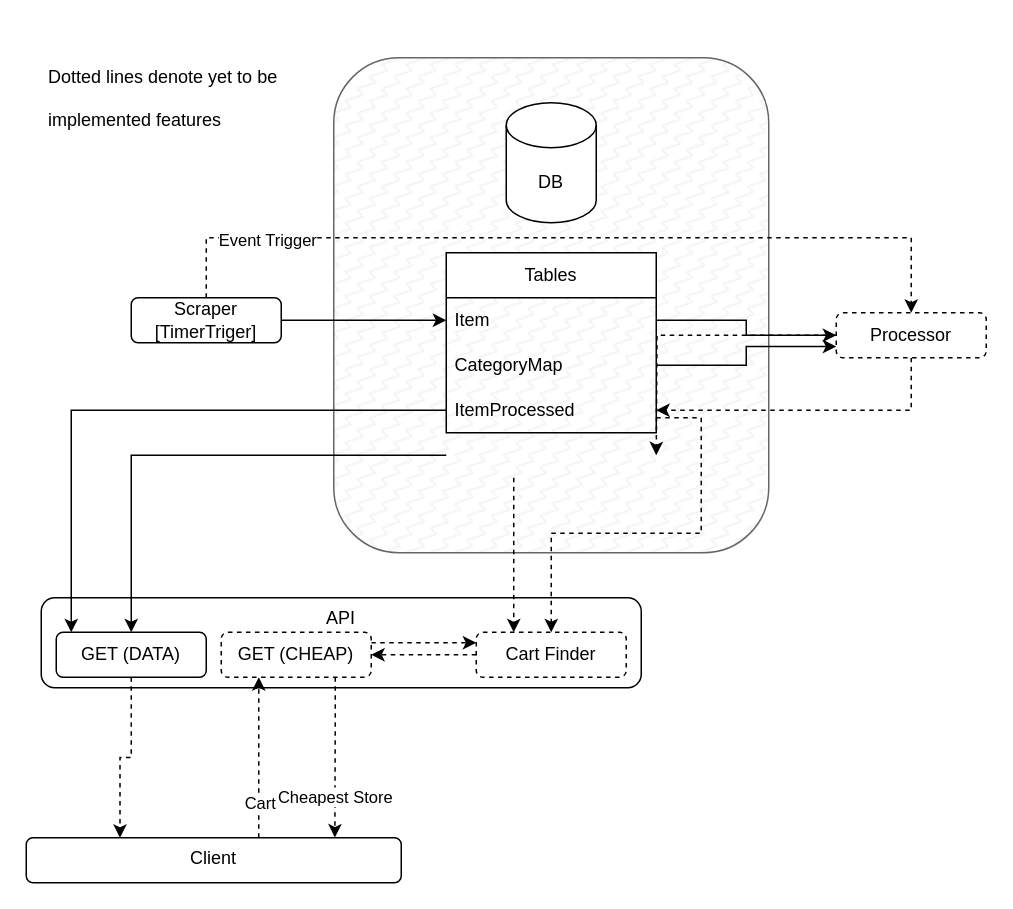
Earlier version of the draw.io diagram Untitled Diagram.drawio (domanteli0/BlazeCart). Source tidied: cells renumbered, new cells numbered last; positions are measured from the earlier drawing's top-left corner, leaving out a move shared by most shapes. Both pictures are drawn from the tidied source at 150%, with x=0, y=0 at pixel (26, 57).
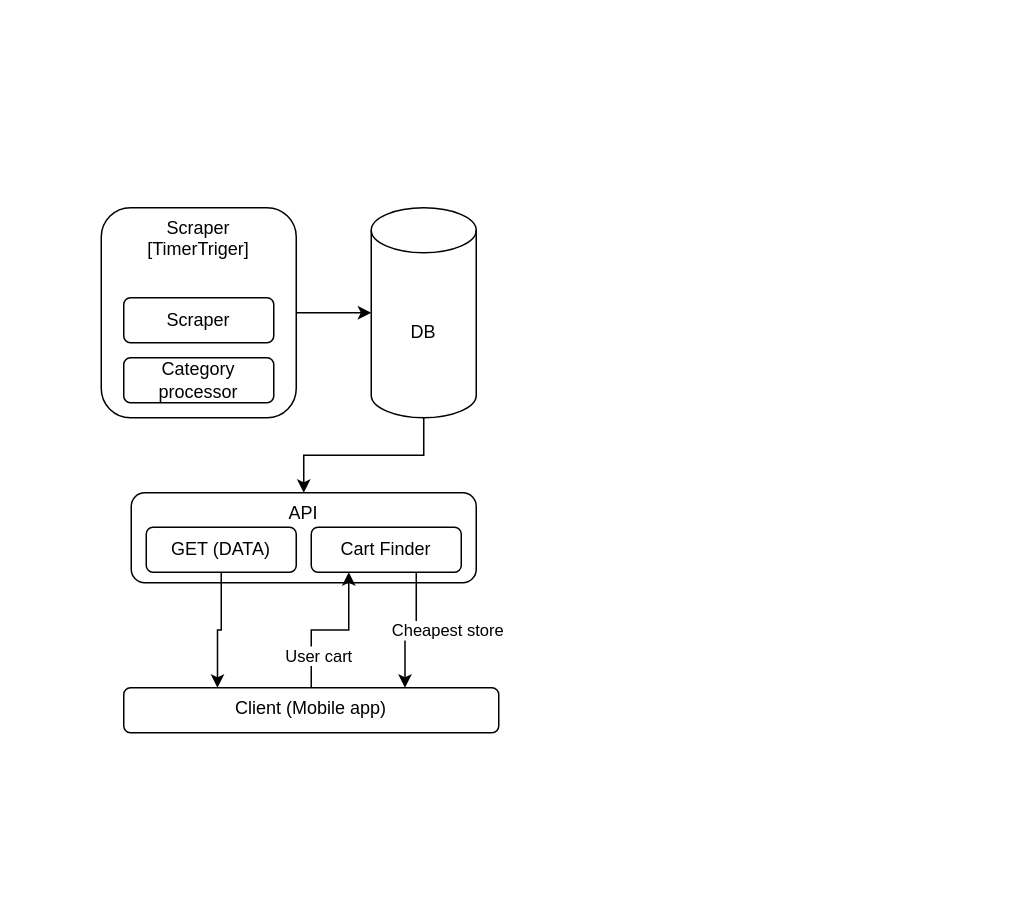
The same page after the edit.

Change to the diagram source:
```diff
@@
     <mxCell id="2" value="API" style="rounded=1;whiteSpace=wrap;html=1;shadow=0;glass=0;sketch=0;fillStyle=zigzag-line;verticalAlign=top;labelPosition=center;verticalLabelPosition=middle;align=center;" parent="1" vertex="1">
-      <mxGeometry x="10" y="360" width="400" height="60" as="geometry" />
+      <mxGeometry x="70" y="290" width="230" height="60" as="geometry" />
     </mxCell>
-    <mxCell id="3" style="rounded=1;whiteSpace=wrap;html=1;glass=0;sketch=0;shadow=0;fillStyle=zigzag-line;fillColor=#f5f5f5;fontColor=#333333;strokeColor=#666666;" parent="1" vertex="1">
-      <mxGeometry x="205" width="290" height="330" as="geometry" />
-    </mxCell>
-    <mxCell id="4" style="edgeStyle=orthogonalEdgeStyle;rounded=0;jettySize=auto;html=1;" parent="1" edge="1" source="7" target="10">
-      <mxGeometry relative="1" as="geometry" />
-    </mxCell>
-    <mxCell id="5" style="edgeStyle=orthogonalEdgeStyle;rounded=0;jettySize=auto;html=1;dashed=1;labelBorderColor=none;" parent="1" edge="1" source="7" target="15">
-      <mxGeometry relative="1" as="geometry">
-        <Array as="points">
-          <mxPoint x="120" y="120" />
-          <mxPoint x="590" y="120" />
-        </Array>
-      </mxGeometry>
-    </mxCell>
-    <mxCell id="6" value="Event Trigger" style="edgeLabel;html=1;align=center;verticalAlign=middle;" parent="5" vertex="1">
-      <mxGeometry x="0.62" y="-1" relative="1" as="geometry">
-        <mxPoint x="-374" as="offset" />
-      </mxGeometry>
-    </mxCell>
+    <mxCell id="34" style="edgeStyle=orthogonalEdgeStyle;rounded=0;jettySize=auto;html=1;entryX=0;entryY=0.5;entryDx=0;entryDy=0;entryPerimeter=0;" parent="1" edge="1" source="7" target="8">
+      <mxGeometry relative="1" as="geometry" />
+    </mxCell>
-    <mxCell id="7" value="Scraper&lt;br&gt;[TimerTriger]" style="rounded=1;whiteSpace=wrap;html=1;" parent="1" vertex="1">
-      <mxGeometry x="70" y="160" width="100" height="30" as="geometry" />
+    <mxCell id="7" value="Scraper&lt;br&gt;[TimerTriger]" style="rounded=1;whiteSpace=wrap;html=1;verticalAlign=top;" parent="1" vertex="1">
+      <mxGeometry x="50" y="100" width="130" height="140" as="geometry" />
     </mxCell>
+    <mxCell id="35" style="edgeStyle=orthogonalEdgeStyle;rounded=0;jettySize=auto;html=1;" parent="1" edge="1" source="8" target="2">
+      <mxGeometry relative="1" as="geometry" />
+    </mxCell>
     <mxCell id="8" value="DB" style="shape=cylinder3;whiteSpace=wrap;html=1;boundedLbl=1;backgroundOutline=1;size=15;" parent="1" vertex="1">
-      <mxGeometry x="320" y="30" width="60" height="80" as="geometry" />
+      <mxGeometry x="230" y="100" width="70" height="140" as="geometry" />
     </mxCell>
-    <mxCell id="9" value="Tables" style="swimlane;fontStyle=0;horizontal=1;startSize=30;whiteSpace=wrap;html=1;" parent="1" vertex="1">
-      <mxGeometry x="280" y="130" width="140" height="120" as="geometry" />
-    </mxCell>
-    <mxCell id="10" value="Item" style="text;strokeColor=none;fillColor=none;align=left;verticalAlign=middle;spacingLeft=4;spacingRight=4;overflow=hidden;points=[[0,0.5],[1,0.5]];portConstraint=eastwest;whiteSpace=wrap;html=1;" parent="9" vertex="1">
-      <mxGeometry y="30" width="140" height="30" as="geometry" />
-    </mxCell>
-    <mxCell id="11" value="CategoryMap" style="text;strokeColor=none;fillColor=none;align=left;verticalAlign=middle;spacingLeft=4;spacingRight=4;overflow=hidden;points=[[0,0.5],[1,0.5]];portConstraint=eastwest;whiteSpace=wrap;html=1;" parent="9" vertex="1">
-      <mxGeometry y="60" width="140" height="30" as="geometry" />
-    </mxCell>
-    <mxCell id="12" value="ItemProcessed" style="text;strokeColor=none;fillColor=none;align=left;verticalAlign=middle;spacingLeft=4;spacingRight=4;overflow=hidden;points=[[0,0.5],[1,0.5]];portConstraint=eastwest;whiteSpace=wrap;html=1;" parent="9" vertex="1">
-      <mxGeometry y="90" width="140" height="30" as="geometry" />
-    </mxCell>
-    <mxCell id="13" style="edgeStyle=orthogonalEdgeStyle;rounded=0;jettySize=auto;html=1;dashed=1;" parent="1" edge="1" source="15" target="12">
-      <mxGeometry relative="1" as="geometry" />
-    </mxCell>
-    <mxCell id="14" style="edgeStyle=orthogonalEdgeStyle;rounded=0;jettySize=auto;html=1;dashed=1;" parent="1" edge="1" source="15">
-      <mxGeometry relative="1" as="geometry">
-        <mxPoint x="420" y="265" as="targetPoint" />
-      </mxGeometry>
-    </mxCell>
-    <mxCell id="15" value="Processor" style="rounded=1;whiteSpace=wrap;html=1;dashed=1;" parent="1" vertex="1">
-      <mxGeometry x="540" y="170" width="100" height="30" as="geometry" />
-    </mxCell>
-    <mxCell id="16" style="edgeStyle=orthogonalEdgeStyle;rounded=0;jettySize=auto;html=1;" parent="1" edge="1" source="10" target="15">
-      <mxGeometry relative="1" as="geometry" />
-    </mxCell>
-    <mxCell id="17" style="edgeStyle=orthogonalEdgeStyle;rounded=0;jettySize=auto;html=1;entryX=0;entryY=0.75;entryDx=0;entryDy=0;" parent="1" edge="1" source="11" target="15">
-      <mxGeometry relative="1" as="geometry" />
-    </mxCell>
-    <mxCell id="18" style="edgeStyle=orthogonalEdgeStyle;rounded=0;jettySize=auto;html=1;entryX=0.25;entryY=0;entryDx=0;entryDy=0;dashed=1;labelBorderColor=none;" parent="1" edge="1" source="19" target="24">
+    <mxCell id="18" style="edgeStyle=orthogonalEdgeStyle;rounded=0;jettySize=auto;html=1;entryX=0.25;entryY=0;entryDx=0;entryDy=0;" parent="1" edge="1" source="19" target="24">
       <mxGeometry relative="1" as="geometry" />
     </mxCell>
     <mxCell id="19" value="GET (DATA)" style="rounded=1;whiteSpace=wrap;html=1;" parent="1" vertex="1">
-      <mxGeometry x="20" y="383" width="100" height="30" as="geometry" />
+      <mxGeometry x="80" y="313" width="100" height="30" as="geometry" />
     </mxCell>
-    <mxCell id="20" style="edgeStyle=orthogonalEdgeStyle;rounded=0;jettySize=auto;html=1;" parent="1" edge="1" source="12" target="19">
-      <mxGeometry relative="1" as="geometry">
-        <Array as="points">
-          <mxPoint x="30" y="235" />
-        </Array>
-      </mxGeometry>
-    </mxCell>
-    <mxCell id="21" style="edgeStyle=orthogonalEdgeStyle;rounded=0;jettySize=auto;html=1;" parent="1" edge="1" target="19">
-      <mxGeometry relative="1" as="geometry">
-        <mxPoint x="280" y="265" as="sourcePoint" />
-        <Array as="points">
-          <mxPoint x="70" y="265" />
-        </Array>
-      </mxGeometry>
-    </mxCell>
-    <mxCell id="22" style="edgeStyle=orthogonalEdgeStyle;rounded=0;jettySize=auto;html=1;entryX=0.25;entryY=1;entryDx=0;entryDy=0;dashed=1;labelBorderColor=none;" parent="1" edge="1" source="24" target="28">
-      <mxGeometry relative="1" as="geometry">
-        <Array as="points">
-          <mxPoint x="155" y="480" />
-          <mxPoint x="155" y="480" />
-        </Array>
-      </mxGeometry>
-    </mxCell>
-    <mxCell id="23" value="Cart" style="edgeLabel;html=1;align=center;verticalAlign=middle;" parent="22" vertex="1">
-      <mxGeometry x="-0.56" relative="1" as="geometry" />
-    </mxCell>
+    <mxCell id="36" style="edgeStyle=orthogonalEdgeStyle;rounded=0;jettySize=auto;html=1;entryX=0.25;entryY=1;entryDx=0;entryDy=0;" parent="1" edge="1" source="24" target="31">
+      <mxGeometry relative="1" as="geometry" />
+    </mxCell>
+    <mxCell id="37" value="User cart" style="edgeLabel;html=1;align=center;verticalAlign=middle;" parent="36" vertex="1">
+      <mxGeometry x="-0.57" y="-4" relative="1" as="geometry" />
+    </mxCell>
-    <mxCell id="24" value="&lt;div style=&quot;&quot;&gt;Client&lt;/div&gt;" style="rounded=1;whiteSpace=wrap;html=1;shadow=0;glass=0;sketch=0;fillStyle=zigzag-line;align=center;horizontal=1;verticalAlign=top;" parent="1" vertex="1">
-      <mxGeometry y="520" width="250" height="30" as="geometry" />
+    <mxCell id="24" value="&lt;div style=&quot;&quot;&gt;Client (Mobile app)&lt;/div&gt;" style="rounded=1;whiteSpace=wrap;html=1;shadow=0;glass=0;sketch=0;fillStyle=zigzag-line;align=center;horizontal=1;verticalAlign=top;" parent="1" vertex="1">
+      <mxGeometry x="65" y="420" width="250" height="30" as="geometry" />
     </mxCell>
-    <mxCell id="25" style="edgeStyle=orthogonalEdgeStyle;rounded=0;jettySize=auto;html=1;dashed=1;labelBorderColor=none;" parent="1" edge="1" source="28" target="31">
-      <mxGeometry relative="1" as="geometry">
-        <Array as="points">
-          <mxPoint x="260" y="390" />
-          <mxPoint x="260" y="390" />
-        </Array>
-      </mxGeometry>
-    </mxCell>
-    <mxCell id="26" style="edgeStyle=orthogonalEdgeStyle;rounded=0;jettySize=auto;html=1;entryX=0.823;entryY=-0.006;entryDx=0;entryDy=0;entryPerimeter=0;dashed=1;labelBorderColor=none;" parent="1" edge="1" source="28" target="24">
-      <mxGeometry relative="1" as="geometry">
-        <Array as="points">
-          <mxPoint x="206" y="440" />
-          <mxPoint x="206" y="440" />
-        </Array>
-      </mxGeometry>
-    </mxCell>
-    <mxCell id="27" value="Cheapest Store" style="edgeLabel;html=1;align=center;verticalAlign=middle;" parent="26" vertex="1">
-      <mxGeometry x="0.5" relative="1" as="geometry" />
-    </mxCell>
-    <mxCell id="28" value="GET (CHEAP)" style="rounded=1;whiteSpace=wrap;html=1;dashed=1;" parent="1" vertex="1">
-      <mxGeometry x="130" y="383" width="100" height="30" as="geometry" />
-    </mxCell>
-    <mxCell id="29" value="&lt;h1&gt;&lt;span style=&quot;font-size: 12px; font-weight: 400;&quot;&gt;Dotted lines denote yet to be implemented features&lt;/span&gt;&lt;/h1&gt;&lt;div&gt;&lt;span style=&quot;font-size: 12px; font-weight: 400;&quot;&gt;&lt;br&gt;&lt;/span&gt;&lt;/div&gt;" style="text;html=1;strokeColor=none;fillColor=none;spacing=5;spacingTop=-31;whiteSpace=wrap;overflow=hidden;rounded=0;shadow=0;glass=0;dashed=1;sketch=0;fillStyle=zigzag-line;" parent="1" vertex="1">
-      <mxGeometry x="10" width="190" height="50" as="geometry" />
-    </mxCell>
-    <mxCell id="30" style="edgeStyle=orthogonalEdgeStyle;rounded=0;jettySize=auto;html=1;dashed=1;labelBorderColor=none;" parent="1" edge="1" source="31" target="28">
-      <mxGeometry relative="1" as="geometry" />
-    </mxCell>
+    <mxCell id="38" style="edgeStyle=orthogonalEdgeStyle;rounded=0;jettySize=auto;html=1;entryX=0.75;entryY=0;entryDx=0;entryDy=0;" parent="1" edge="1" source="31" target="24">
+      <mxGeometry relative="1" as="geometry">
+        <Array as="points">
+          <mxPoint x="260" y="382" />
+          <mxPoint x="253" y="382" />
+        </Array>
+      </mxGeometry>
+    </mxCell>
+    <mxCell id="39" value="Cheapest store" style="edgeLabel;html=1;align=center;verticalAlign=middle;" parent="38" vertex="1">
+      <mxGeometry x="0.04" y="-1" relative="1" as="geometry">
+        <mxPoint x="25" as="offset" />
+      </mxGeometry>
+    </mxCell>
-    <mxCell id="31" value="Cart Finder" style="rounded=1;whiteSpace=wrap;html=1;dashed=1;" parent="1" vertex="1">
-      <mxGeometry x="300" y="383" width="100" height="30" as="geometry" />
+    <mxCell id="31" value="Cart Finder" style="rounded=1;whiteSpace=wrap;html=1;" parent="1" vertex="1">
+      <mxGeometry x="190" y="313" width="100" height="30" as="geometry" />
     </mxCell>
-    <mxCell id="32" style="edgeStyle=orthogonalEdgeStyle;rounded=0;jettySize=auto;html=1;entryX=0.5;entryY=0;entryDx=0;entryDy=0;dashed=1;labelBorderColor=none;" parent="1" edge="1" source="12" target="31">
-      <mxGeometry relative="1" as="geometry">
-        <Array as="points">
-          <mxPoint x="450" y="240" />
-          <mxPoint x="450" y="317" />
-          <mxPoint x="350" y="317" />
-        </Array>
-      </mxGeometry>
-    </mxCell>
-    <mxCell id="33" style="edgeStyle=orthogonalEdgeStyle;rounded=0;jettySize=auto;html=1;entryX=0.25;entryY=0;entryDx=0;entryDy=0;dashed=1;labelBorderColor=none;" parent="1" edge="1" target="31">
-      <mxGeometry relative="1" as="geometry">
-        <mxPoint x="325" y="280" as="sourcePoint" />
-        <Array as="points">
-          <mxPoint x="325" y="300" />
-          <mxPoint x="325" y="300" />
-        </Array>
-      </mxGeometry>
-    </mxCell>
+    <mxCell id="40" value="Scraper" style="rounded=1;whiteSpace=wrap;html=1;" parent="1" vertex="1">
+      <mxGeometry x="65" y="160" width="100" height="30" as="geometry" />
+    </mxCell>
+    <mxCell id="41" value="Category&lt;br&gt;processor" style="rounded=1;whiteSpace=wrap;html=1;" parent="1" vertex="1">
+      <mxGeometry x="65" y="200" width="100" height="30" as="geometry" />
+    </mxCell>
```
